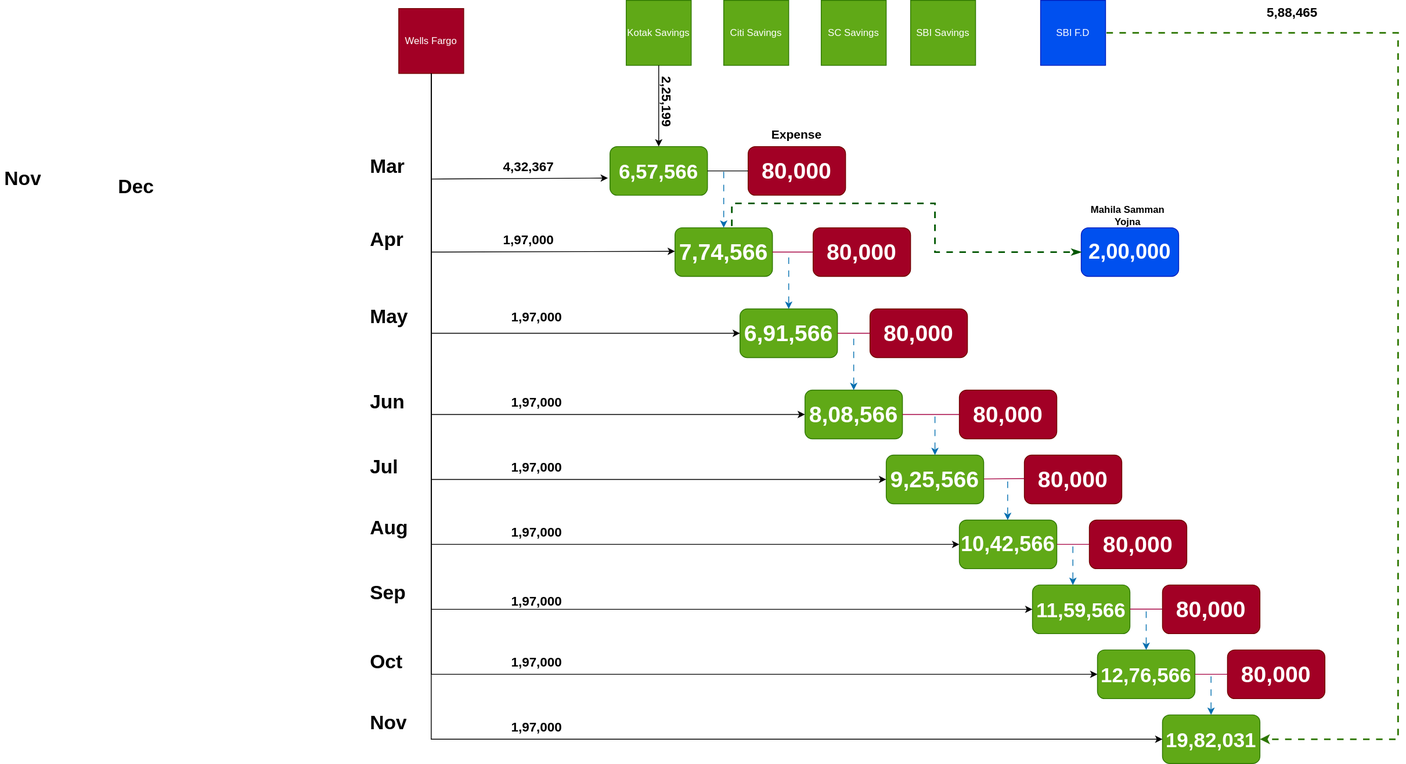
Above: Investments.drawio.svg in uchiharizvi/design-diagrams (draw.io), before the change. Source tidied: cells renumbered, new cells last; positions are measured from the earlier drawing's top-left corner, leaving out a move shared by most shapes.
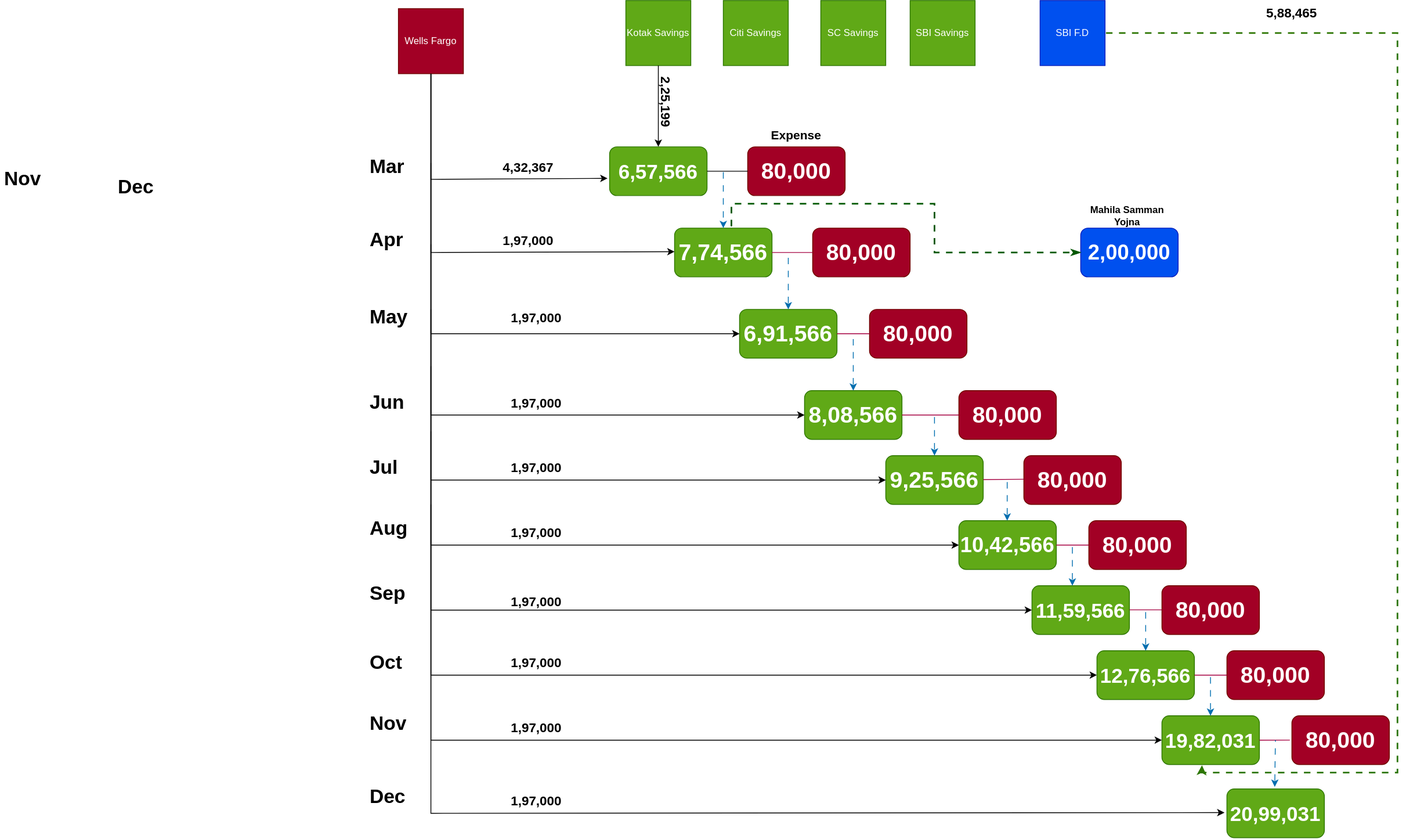
After the change.

What changed in the source:
```diff
@@ -311,12 +311,13 @@
     <mxCell id="74" value="&lt;h1&gt;Nov&lt;/h1&gt;" style="text;html=1;spacing=5;spacingTop=-20;whiteSpace=wrap;overflow=hidden;rounded=0;" parent="1" vertex="1">
       <mxGeometry x="450" y="870" width="110" height="40" as="geometry" />
     </mxCell>
-    <mxCell id="75" style="endArrow=classic;html=1;rounded=0;exitX=1;exitY=0.5;exitDx=0;exitDy=0;entryX=1;entryY=0.5;entryDx=0;entryDy=0;fillColor=#60a917;strokeColor=#2D7600;flowAnimation=1;strokeWidth=2;" parent="1" edge="1" source="77" target="70">
+    <mxCell id="75" style="endArrow=classic;html=1;rounded=0;exitX=1;exitY=0.5;exitDx=0;exitDy=0;entryX=0.411;entryY=1.015;entryDx=0;entryDy=0;fillColor=#60a917;strokeColor=#2D7600;flowAnimation=1;strokeWidth=2;entryPerimeter=0;" parent="1" edge="1" source="77" target="70">
       <mxGeometry relative="1" as="geometry">
         <Array as="points">
           <mxPoint x="1720" y="40" />
           <mxPoint x="1720" y="470" />
-          <mxPoint x="1720" y="910" />
+          <mxPoint x="1720" y="950" />
+          <mxPoint x="1479" y="950" />
         </Array>
       </mxGeometry>
     </mxCell>
@@ -326,5 +327,35 @@
     <mxCell id="77" value="SBI F.D" style="whiteSpace=wrap;html=1;fillColor=#0050ef;fontColor=#ffffff;strokeColor=#001DBC;" parent="1" vertex="1">
       <mxGeometry x="1280" width="80" height="80" as="geometry" />
     </mxCell>
+    <mxCell id="78" value="&lt;font style=&quot;font-size: 28px;&quot;&gt;80,000&lt;/font&gt;" style="rounded=1;whiteSpace=wrap;html=1;fontStyle=1;fillColor=#a20025;fontColor=#ffffff;strokeColor=#6F0000;" parent="1" vertex="1">
+      <mxGeometry x="1590" y="880" width="120" height="60" as="geometry" />
+    </mxCell>
+    <mxCell id="79" style="endArrow=none;html=1;rounded=0;fillColor=#d80073;strokeColor=#A50040;entryX=-0.021;entryY=0.499;entryDx=0;entryDy=0;entryPerimeter=0;" parent="1" edge="1" target="78">
+      <mxGeometry relative="1" as="geometry">
+        <mxPoint x="1550" y="910" as="sourcePoint" />
+      </mxGeometry>
+    </mxCell>
+    <mxCell id="80" value="&lt;font style=&quot;font-size: 25px;&quot;&gt;20,99,031&lt;/font&gt;" style="rounded=1;whiteSpace=wrap;html=1;fontStyle=1;fillColor=#60a917;fontColor=#ffffff;strokeColor=#2D7600;" parent="1" vertex="1">
+      <mxGeometry x="1510" y="970" width="120" height="60" as="geometry" />
+    </mxCell>
+    <mxCell id="81" style="endArrow=none;html=1;rounded=0;startArrow=classic;startFill=1;flowAnimation=1;fillColor=#1ba1e2;strokeColor=#006EAF;exitX=0.491;exitY=-0.042;exitDx=0;exitDy=0;exitPerimeter=0;" parent="1" edge="1" source="80">
+      <mxGeometry relative="1" as="geometry">
+        <mxPoint x="1569.7" y="910" as="targetPoint" />
+      </mxGeometry>
+    </mxCell>
+    <mxCell id="82" style="endArrow=classic;html=1;rounded=0;entryX=-0.025;entryY=0.486;entryDx=0;entryDy=0;entryPerimeter=0;" parent="1" edge="1" target="80">
+      <mxGeometry relative="1" as="geometry">
+        <mxPoint x="530" y="620" as="sourcePoint" />
+        <Array as="points">
+          <mxPoint x="530" y="1000" />
+        </Array>
+      </mxGeometry>
+    </mxCell>
+    <mxCell id="83" value="&lt;font style=&quot;font-size: 16px;&quot;&gt;1,97,000&lt;/font&gt;" style="text;html=1;align=center;verticalAlign=middle;whiteSpace=wrap;rounded=0;fontStyle=1;" parent="1" vertex="1">
+      <mxGeometry x="630" y="970" width="60" height="30" as="geometry" />
+    </mxCell>
+    <mxCell id="84" value="&lt;h1&gt;Dec&lt;/h1&gt;" style="text;html=1;spacing=5;spacingTop=-20;whiteSpace=wrap;overflow=hidden;rounded=0;" parent="1" vertex="1">
+      <mxGeometry x="450" y="960" width="110" height="40" as="geometry" />
+    </mxCell>
   </root>
 </mxGraphModel>
```
